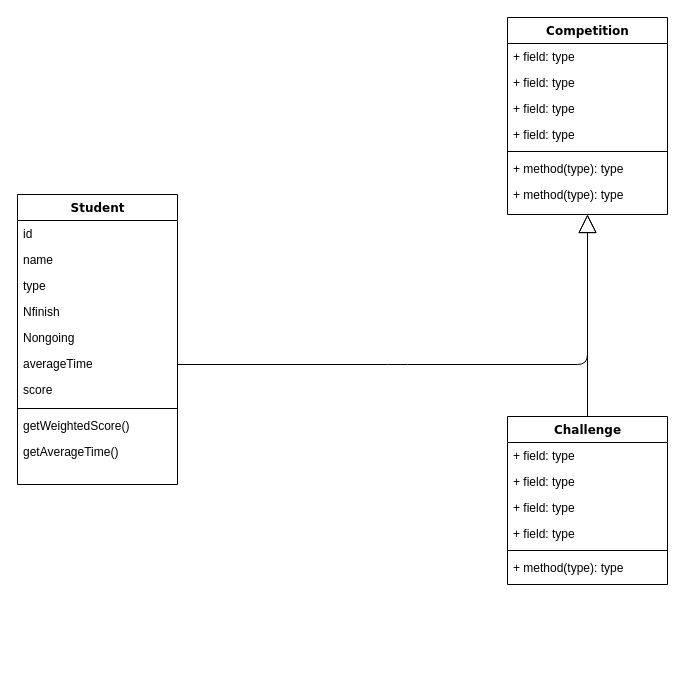
Earlier version of the draw.io diagram ERD.drawio (lettinghenry/Assignments). Source tidied: cells renumbered, new cells numbered last; positions are measured from the earlier drawing's top-left corner, leaving out a move shared by most shapes. Both pictures are drawn from the tidied source at 100%, with x=0, y=0 at pixel (17, 17).
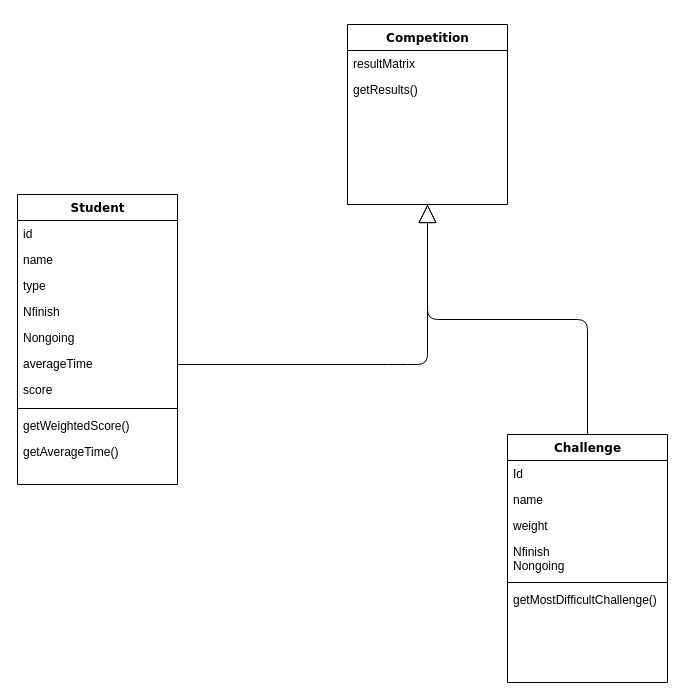
Above is the later version.

Commit message (it also covers changes not shown here):
closed chapter

Change to the diagram source:
```diff
@@
     <mxCell id="2" value="Competition" style="swimlane;html=1;fontStyle=1;align=center;verticalAlign=top;horizontal=1;startSize=26;swimlaneFillColor=#ffffff;rounded=0;shadow=0;comic=0;labelBackgroundColor=none;strokeWidth=1;fillColor=none;fontFamily=Verdana;fontSize=12;" parent="1" vertex="1">
-      <mxGeometry x="490" width="160" height="197" as="geometry" />
+      <mxGeometry x="330" y="7" width="160" height="180" as="geometry" />
     </mxCell>
-    <mxCell id="3" value="+ field: type" style="text;html=1;strokeColor=none;fillColor=none;align=left;verticalAlign=top;spacingLeft=4;spacingRight=4;whiteSpace=wrap;overflow=hidden;" parent="2" vertex="1">
+    <mxCell id="3" value="resultMatrix" style="text;html=1;strokeColor=none;fillColor=none;align=left;verticalAlign=top;spacingLeft=4;spacingRight=4;whiteSpace=wrap;overflow=hidden;" parent="2" vertex="1">
       <mxGeometry y="26" width="160" height="26" as="geometry" />
     </mxCell>
-    <mxCell id="4" value="+ field: type" style="text;html=1;strokeColor=none;fillColor=none;align=left;verticalAlign=top;spacingLeft=4;spacingRight=4;whiteSpace=wrap;overflow=hidden;" parent="2" vertex="1">
-      <mxGeometry y="52" width="160" height="26" as="geometry" />
-    </mxCell>
-    <mxCell id="5" value="+ field: type" style="text;html=1;strokeColor=none;fillColor=none;align=left;verticalAlign=top;spacingLeft=4;spacingRight=4;whiteSpace=wrap;overflow=hidden;" parent="2" vertex="1">
-      <mxGeometry y="78" width="160" height="26" as="geometry" />
-    </mxCell>
-    <mxCell id="6" value="+ field: type" style="text;html=1;strokeColor=none;fillColor=none;align=left;verticalAlign=top;spacingLeft=4;spacingRight=4;whiteSpace=wrap;overflow=hidden;" parent="2" vertex="1">
-      <mxGeometry y="104" width="160" height="26" as="geometry" />
-    </mxCell>
-    <mxCell id="7" style="line;html=1;strokeWidth=1;fillColor=none;align=left;verticalAlign=middle;spacingTop=-1;spacingLeft=3;spacingRight=3;labelPosition=right;" parent="2" vertex="1">
-      <mxGeometry y="130" width="160" height="8" as="geometry" />
-    </mxCell>
-    <mxCell id="8" value="+ method(type): type" style="text;html=1;strokeColor=none;fillColor=none;align=left;verticalAlign=top;spacingLeft=4;spacingRight=4;whiteSpace=wrap;overflow=hidden;" parent="2" vertex="1">
-      <mxGeometry y="138" width="160" height="26" as="geometry" />
+    <mxCell id="8" value="getResults()" style="text;html=1;strokeColor=none;fillColor=none;align=left;verticalAlign=top;spacingLeft=4;spacingRight=4;whiteSpace=wrap;overflow=hidden;" parent="2" vertex="1">
+      <mxGeometry y="52" width="160" height="26" as="geometry" />
     </mxCell>
-    <mxCell id="9" value="+ method(type): type" style="text;html=1;strokeColor=none;fillColor=none;align=left;verticalAlign=top;spacingLeft=4;spacingRight=4;whiteSpace=wrap;overflow=hidden;" parent="2" vertex="1">
-      <mxGeometry y="164" width="160" height="26" as="geometry" />
-    </mxCell>
@@
     <mxCell id="23" value="Challenge" style="swimlane;html=1;fontStyle=1;align=center;verticalAlign=top;horizontal=1;startSize=26;swimlaneFillColor=#ffffff;rounded=0;shadow=0;comic=0;labelBackgroundColor=none;strokeWidth=1;fillColor=none;fontFamily=Verdana;fontSize=12;" parent="1" vertex="1">
-      <mxGeometry x="490" y="399" width="160" height="168" as="geometry" />
+      <mxGeometry x="490" y="417" width="160" height="248" as="geometry" />
     </mxCell>
-    <mxCell id="24" value="+ field: type" style="text;html=1;strokeColor=none;fillColor=none;align=left;verticalAlign=top;spacingLeft=4;spacingRight=4;whiteSpace=wrap;overflow=hidden;" parent="23" vertex="1">
+    <mxCell id="24" value="Id" style="text;html=1;strokeColor=none;fillColor=none;align=left;verticalAlign=top;spacingLeft=4;spacingRight=4;whiteSpace=wrap;overflow=hidden;" parent="23" vertex="1">
       <mxGeometry y="26" width="160" height="26" as="geometry" />
     </mxCell>
-    <mxCell id="25" value="+ field: type" style="text;html=1;strokeColor=none;fillColor=none;align=left;verticalAlign=top;spacingLeft=4;spacingRight=4;whiteSpace=wrap;overflow=hidden;" parent="23" vertex="1">
+    <mxCell id="25" value="name&lt;br&gt;" style="text;html=1;strokeColor=none;fillColor=none;align=left;verticalAlign=top;spacingLeft=4;spacingRight=4;whiteSpace=wrap;overflow=hidden;" parent="23" vertex="1">
       <mxGeometry y="52" width="160" height="26" as="geometry" />
     </mxCell>
-    <mxCell id="26" value="+ field: type" style="text;html=1;strokeColor=none;fillColor=none;align=left;verticalAlign=top;spacingLeft=4;spacingRight=4;whiteSpace=wrap;overflow=hidden;" parent="23" vertex="1">
+    <mxCell id="26" value="weight" style="text;html=1;strokeColor=none;fillColor=none;align=left;verticalAlign=top;spacingLeft=4;spacingRight=4;whiteSpace=wrap;overflow=hidden;" parent="23" vertex="1">
       <mxGeometry y="78" width="160" height="26" as="geometry" />
     </mxCell>
-    <mxCell id="27" value="+ field: type" style="text;html=1;strokeColor=none;fillColor=none;align=left;verticalAlign=top;spacingLeft=4;spacingRight=4;whiteSpace=wrap;overflow=hidden;" parent="23" vertex="1">
-      <mxGeometry y="104" width="160" height="26" as="geometry" />
+    <mxCell id="27" value="Nfinish&lt;br&gt;Nongoing&lt;br&gt;&lt;br&gt;" style="text;html=1;strokeColor=none;fillColor=none;align=left;verticalAlign=top;spacingLeft=4;spacingRight=4;whiteSpace=wrap;overflow=hidden;" parent="23" vertex="1">
+      <mxGeometry y="104" width="160" height="40" as="geometry" />
     </mxCell>
     <mxCell id="28" style="line;html=1;strokeWidth=1;fillColor=none;align=left;verticalAlign=middle;spacingTop=-1;spacingLeft=3;spacingRight=3;labelPosition=right;" parent="23" vertex="1">
-      <mxGeometry y="130" width="160" height="8" as="geometry" />
+      <mxGeometry y="144" width="160" height="8" as="geometry" />
     </mxCell>
-    <mxCell id="29" value="+ method(type): type" style="text;html=1;strokeColor=none;fillColor=none;align=left;verticalAlign=top;spacingLeft=4;spacingRight=4;whiteSpace=wrap;overflow=hidden;" parent="23" vertex="1">
-      <mxGeometry y="138" width="160" height="26" as="geometry" />
+    <mxCell id="29" value="getMostDifficultChallenge()" style="text;html=1;strokeColor=none;fillColor=none;align=left;verticalAlign=top;spacingLeft=4;spacingRight=4;whiteSpace=wrap;overflow=hidden;" parent="23" vertex="1">
+      <mxGeometry y="152" width="160" height="20" as="geometry" />
     </mxCell>
```
